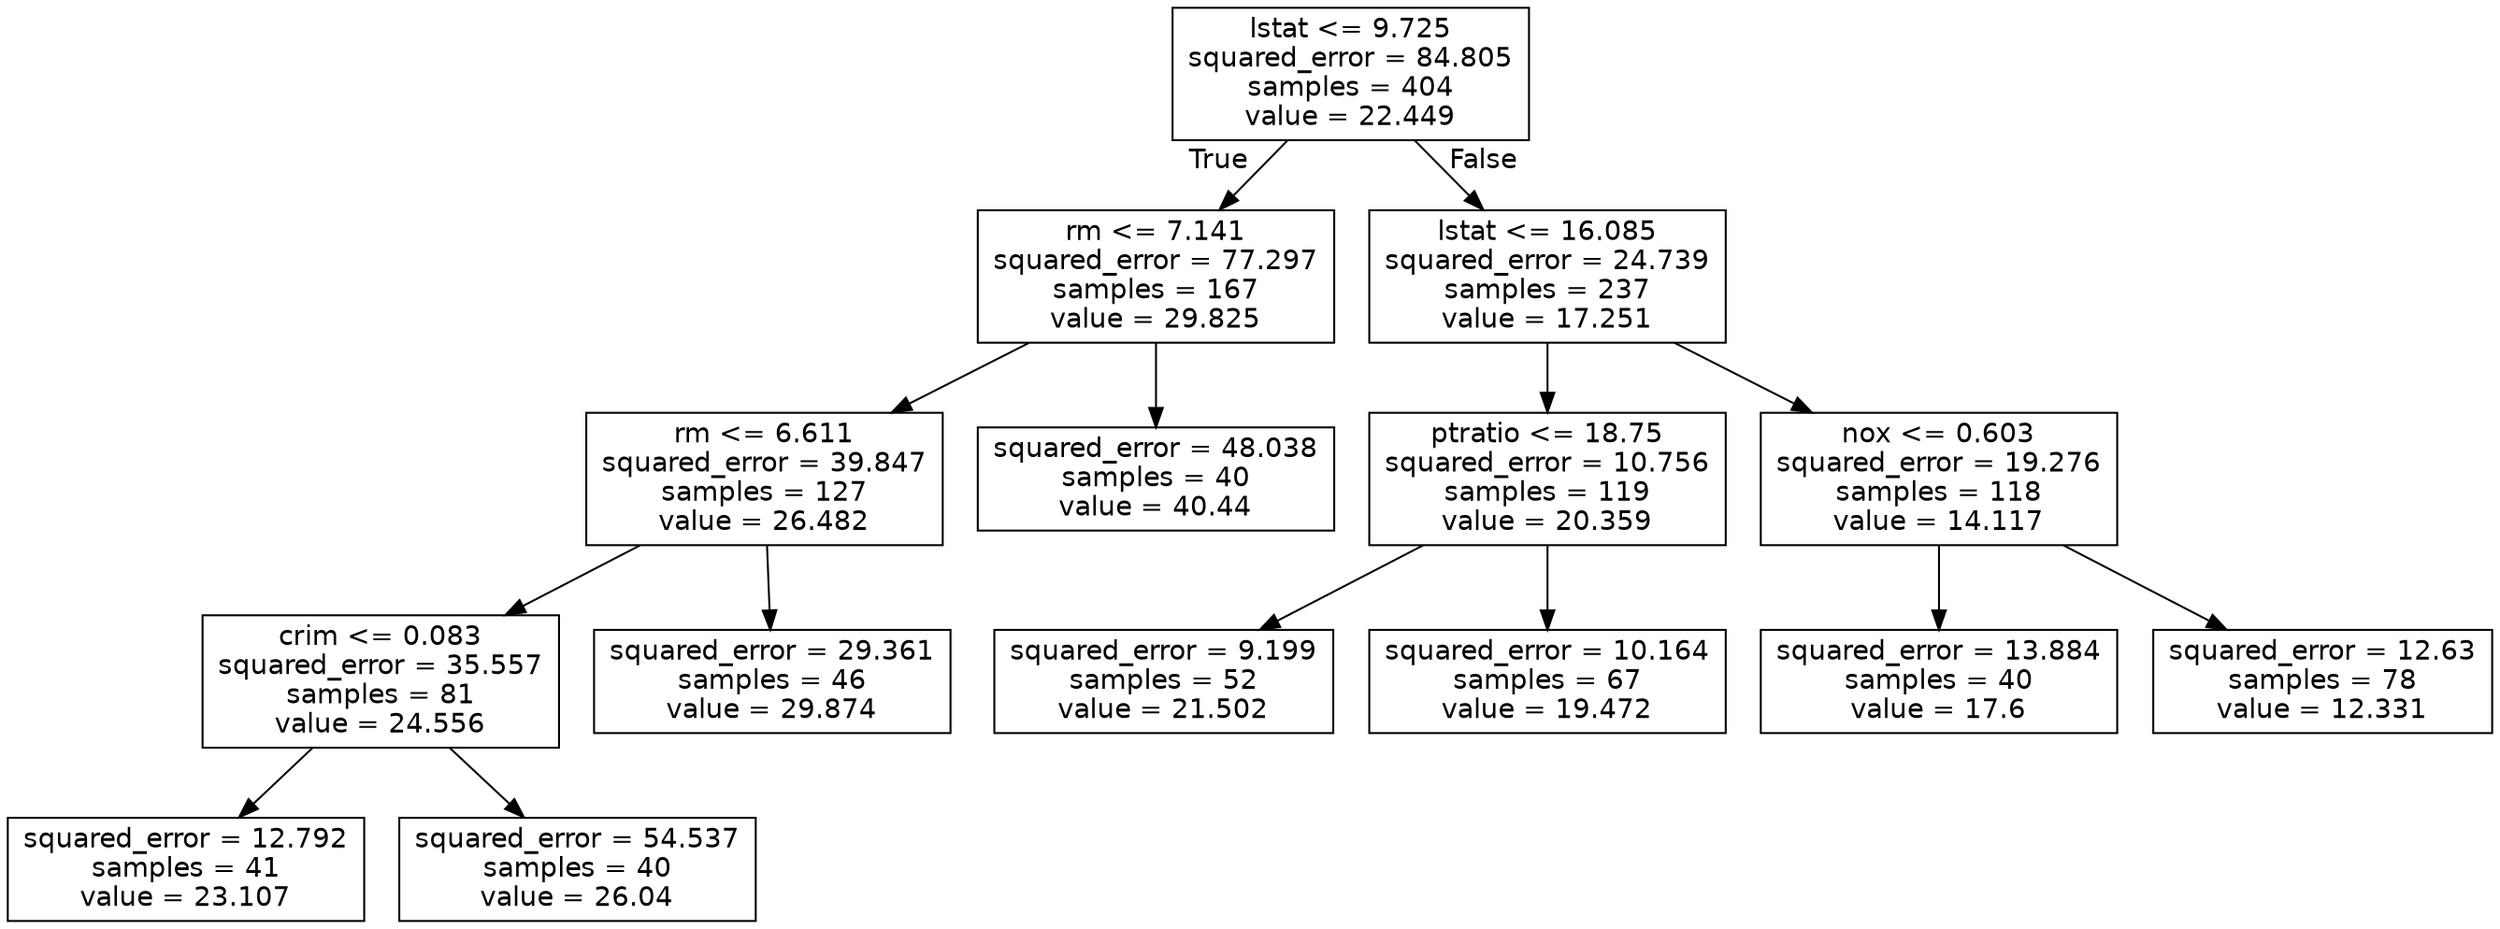
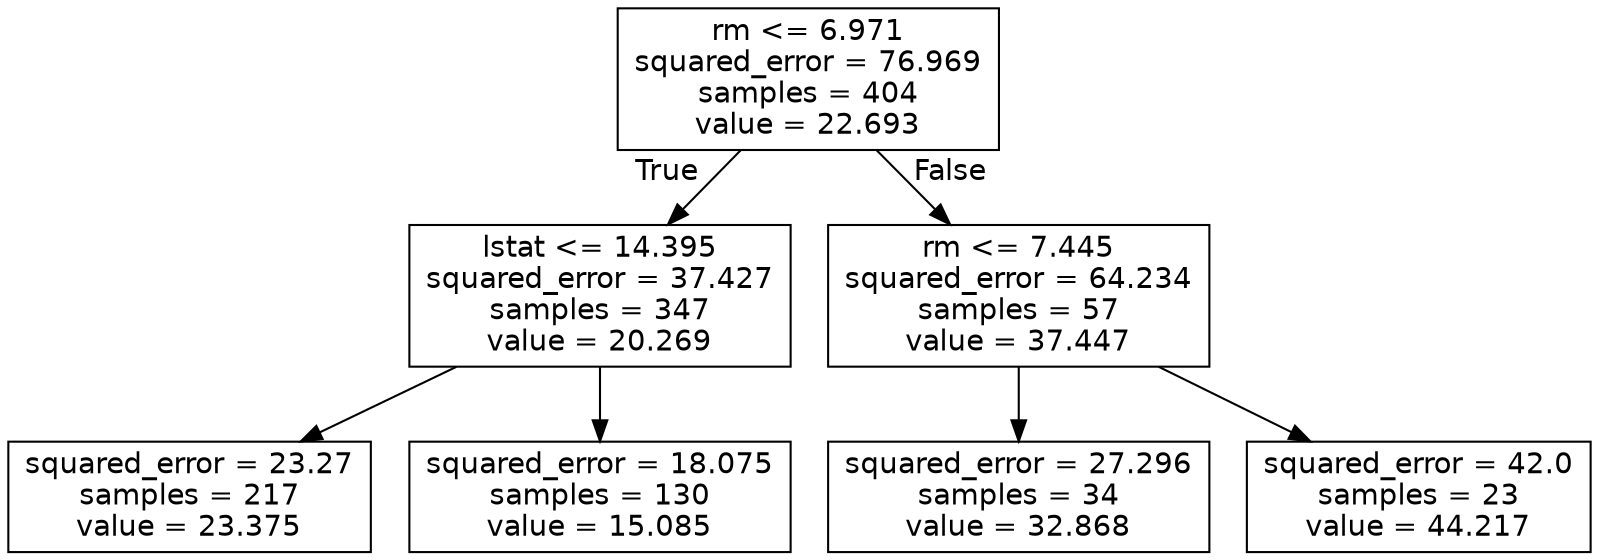
digraph Tree {
node [shape=box, fontname="helvetica"] ;
edge [fontname="helvetica"] ;
- 0 [label="lstat <= 9.725\nsquared_error = 84.805\nsamples = 404\nvalue = 22.449"] ;
- 1 [label="rm <= 7.141\nsquared_error = 77.297\nsamples = 167\nvalue = 29.825"] ;
+ 0 [label="rm <= 6.971\nsquared_error = 76.969\nsamples = 404\nvalue = 22.693"] ;
+ 1 [label="lstat <= 14.395\nsquared_error = 37.427\nsamples = 347\nvalue = 20.269"] ;
0 -> 1 [labeldistance=2.5, labelangle=45, headlabel="True"] ;
- 2 [label="rm <= 6.611\nsquared_error = 39.847\nsamples = 127\nvalue = 26.482"] ;
+ 2 [label="squared_error = 23.27\nsamples = 217\nvalue = 23.375"] ;
1 -> 2 ;
- 3 [label="crim <= 0.083\nsquared_error = 35.557\nsamples = 81\nvalue = 24.556"] ;
- 2 -> 3 ;
- 4 [label="squared_error = 12.792\nsamples = 41\nvalue = 23.107"] ;
- 3 -> 4 ;
- 5 [label="squared_error = 54.537\nsamples = 40\nvalue = 26.04"] ;
- 3 -> 5 ;
- 6 [label="squared_error = 29.361\nsamples = 46\nvalue = 29.874"] ;
- 2 -> 6 ;
- 7 [label="squared_error = 48.038\nsamples = 40\nvalue = 40.44"] ;
- 1 -> 7 ;
- 8 [label="lstat <= 16.085\nsquared_error = 24.739\nsamples = 237\nvalue = 17.251"] ;
- 0 -> 8 [labeldistance=2.5, labelangle=-45, headlabel="False"] ;
- 9 [label="ptratio <= 18.75\nsquared_error = 10.756\nsamples = 119\nvalue = 20.359"] ;
- 8 -> 9 ;
- 10 [label="squared_error = 9.199\nsamples = 52\nvalue = 21.502"] ;
- 9 -> 10 ;
- 11 [label="squared_error = 10.164\nsamples = 67\nvalue = 19.472"] ;
- 9 -> 11 ;
- 12 [label="nox <= 0.603\nsquared_error = 19.276\nsamples = 118\nvalue = 14.117"] ;
- 8 -> 12 ;
- 13 [label="squared_error = 13.884\nsamples = 40\nvalue = 17.6"] ;
- 12 -> 13 ;
- 14 [label="squared_error = 12.63\nsamples = 78\nvalue = 12.331"] ;
- 12 -> 14 ;
+ 3 [label="squared_error = 18.075\nsamples = 130\nvalue = 15.085"] ;
+ 1 -> 3 ;
+ 4 [label="rm <= 7.445\nsquared_error = 64.234\nsamples = 57\nvalue = 37.447"] ;
+ 0 -> 4 [labeldistance=2.5, labelangle=-45, headlabel="False"] ;
+ 5 [label="squared_error = 27.296\nsamples = 34\nvalue = 32.868"] ;
+ 4 -> 5 ;
+ 6 [label="squared_error = 42.0\nsamples = 23\nvalue = 44.217"] ;
+ 4 -> 6 ;
}